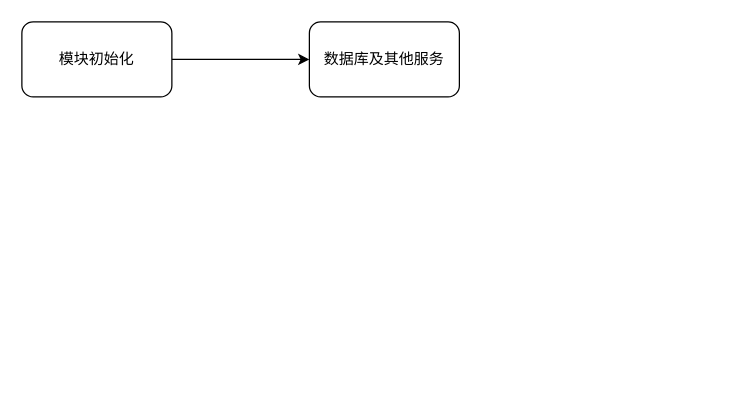
dovezat/drawio keeps this draw.io diagram as fiber mvc.drawio. Above is the earlier version. Source tidied: cells renumbered, new cells numbered last; positions are measured from the earlier drawing's top-left corner, leaving out a move shared by most shapes. Both pictures are drawn from the tidied source at 125%, with x=0, y=0 at pixel (21, 21).
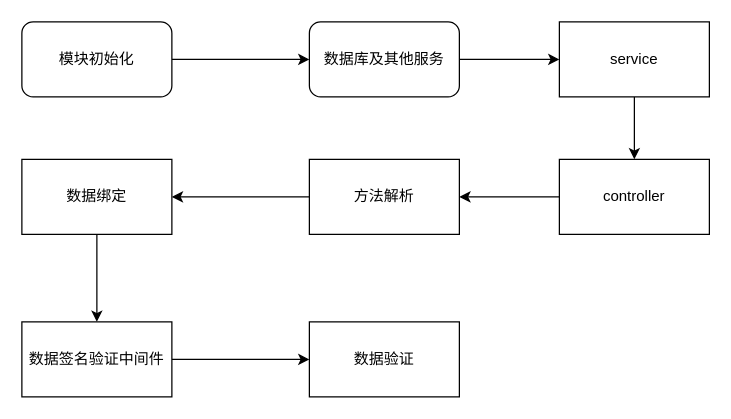
The same page after the edit.

Change to the diagram source:
```diff
@@
 <mxGraphModel>
   <root>
     <mxCell id="0" />
     <mxCell id="1" parent="0" />
     <mxCell id="2" style="edgeStyle=orthogonalEdgeStyle;rounded=0;jettySize=auto;html=1;" parent="1" edge="1" source="3">
       <mxGeometry relative="1" as="geometry">
         <mxPoint x="230" y="30" as="targetPoint" />
       </mxGeometry>
     </mxCell>
     <mxCell id="3" value="模块初始化" style="rounded=1;whiteSpace=wrap;html=1;" parent="1" vertex="1">
       <mxGeometry width="120" height="60" as="geometry" />
     </mxCell>
+    <mxCell id="5" style="edgeStyle=orthogonalEdgeStyle;rounded=0;jettySize=auto;html=1;" parent="1" edge="1" source="4" target="7">
+      <mxGeometry relative="1" as="geometry">
+        <Array as="points">
+          <mxPoint x="420" y="30" />
+          <mxPoint x="420" y="30" />
+        </Array>
+      </mxGeometry>
+    </mxCell>
     <mxCell id="4" value="数据库及其他服务" style="rounded=1;whiteSpace=wrap;html=1;" parent="1" vertex="1">
       <mxGeometry x="230" width="120" height="60" as="geometry" />
     </mxCell>
+    <mxCell id="6" style="edgeStyle=orthogonalEdgeStyle;rounded=0;jettySize=auto;html=1;entryX=0.5;entryY=0;entryDx=0;entryDy=0;" parent="1" edge="1" source="7" target="9">
+      <mxGeometry relative="1" as="geometry" />
+    </mxCell>
+    <mxCell id="7" value="service" style="rounded=0;whiteSpace=wrap;html=1;" parent="1" vertex="1">
+      <mxGeometry x="430" width="120" height="60" as="geometry" />
+    </mxCell>
+    <mxCell id="8" style="edgeStyle=orthogonalEdgeStyle;rounded=0;jettySize=auto;html=1;" parent="1" edge="1" source="9" target="11">
+      <mxGeometry relative="1" as="geometry" />
+    </mxCell>
+    <mxCell id="9" value="controller" style="rounded=0;whiteSpace=wrap;html=1;" parent="1" vertex="1">
+      <mxGeometry x="430" y="110" width="120" height="60" as="geometry" />
+    </mxCell>
+    <mxCell id="10" style="edgeStyle=orthogonalEdgeStyle;rounded=0;jettySize=auto;html=1;" parent="1" edge="1" source="11" target="13">
+      <mxGeometry relative="1" as="geometry" />
+    </mxCell>
+    <mxCell id="11" value="方法解析" style="rounded=0;whiteSpace=wrap;html=1;" parent="1" vertex="1">
+      <mxGeometry x="230" y="110" width="120" height="60" as="geometry" />
+    </mxCell>
+    <mxCell id="12" style="edgeStyle=orthogonalEdgeStyle;rounded=0;jettySize=auto;html=1;" parent="1" edge="1" source="13" target="15">
+      <mxGeometry relative="1" as="geometry" />
+    </mxCell>
+    <mxCell id="13" value="数据绑定" style="rounded=0;whiteSpace=wrap;html=1;" parent="1" vertex="1">
+      <mxGeometry y="110" width="120" height="60" as="geometry" />
+    </mxCell>
+    <mxCell id="14" style="edgeStyle=orthogonalEdgeStyle;rounded=0;jettySize=auto;html=1;" parent="1" edge="1" source="15" target="16">
+      <mxGeometry relative="1" as="geometry" />
+    </mxCell>
+    <mxCell id="15" value="数据签名验证中间件" style="rounded=0;whiteSpace=wrap;html=1;" parent="1" vertex="1">
+      <mxGeometry y="240" width="120" height="60" as="geometry" />
+    </mxCell>
+    <mxCell id="16" value="数据验证" style="rounded=0;whiteSpace=wrap;html=1;" parent="1" vertex="1">
+      <mxGeometry x="230" y="240" width="120" height="60" as="geometry" />
+    </mxCell>
   </root>
 </mxGraphModel>
```
